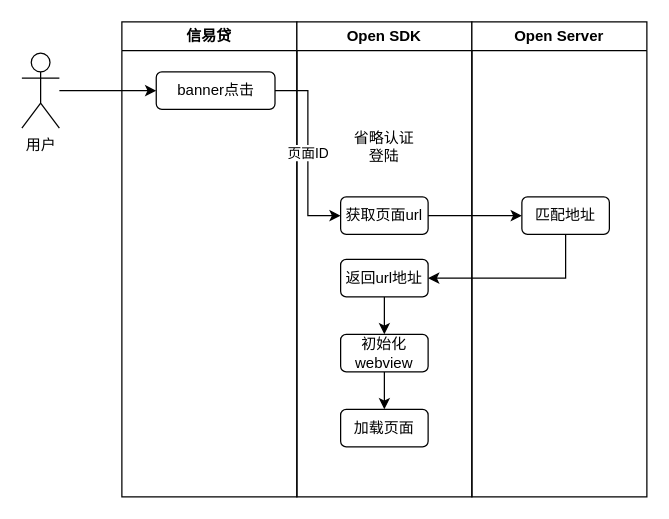
This is page "第 5 页" (5 of 7) of doc/未命名绘图.drawio from shushanfx/nfile, a draw.io file, before an edit. Source tidied: cells renumbered, new cells numbered last; positions are measured from the earlier drawing's top-left corner, leaving out a move shared by most shapes. Both pictures are drawn from the tidied source at 125%, with x=0, y=0 at pixel (21, 21).
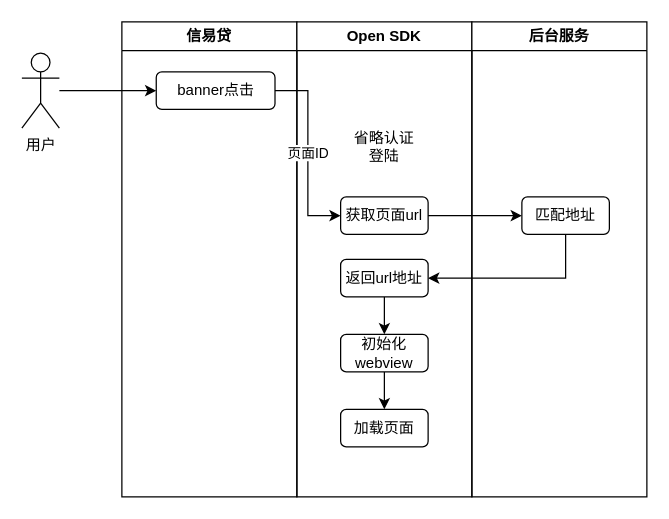
After the change.

What changed in the source:
```diff
@@
-    <mxCell id="12" value="Open Server" style="swimlane;whiteSpace=wrap;html=1;" parent="1" vertex="1">
+    <mxCell id="12" value="后台服务" style="swimlane;whiteSpace=wrap;html=1;" parent="1" vertex="1">
       <mxGeometry x="360" width="140" height="380" as="geometry" />
     </mxCell>
```
